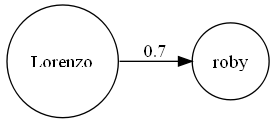
Before: WebOfTrust/Lorenzo.dot.png, a diagram exported from Graphviz (hariseldon78/web_of_trust). Its source is kept beside it as WebOfTrust/Lorenzo.dot.
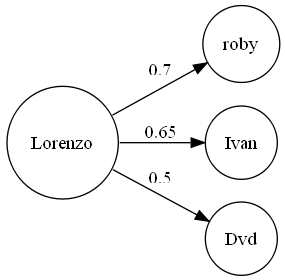
Above is the later version.

The edit, as a diff of the source:
```diff
@@ -2,4 +2,6 @@
 rankdir=LR;
 node [shape=circle];
 Lorenzo -> roby [ label = 0.7 ];
+Lorenzo -> Ivan [ label = 0.65 ];
+Lorenzo -> Dvd [ label = 0.5 ];
 }
```
